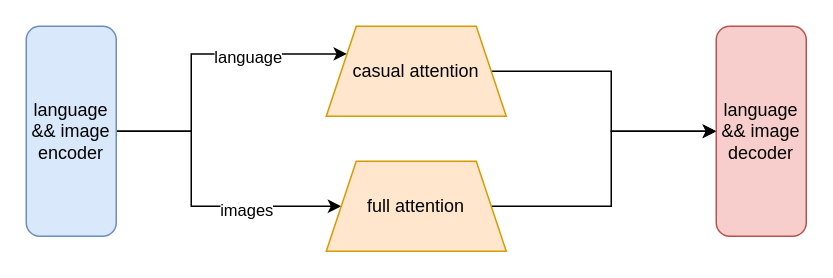
Above: sam4.drawio in lyc202001/keyan (draw.io), before the change. Source tidied: cells renumbered, new cells numbered last; positions are measured from the earlier drawing's top-left corner, leaving out a move shared by most shapes. Both pictures are drawn from the tidied source at 150%, with x=0, y=0 at pixel (26, 26).
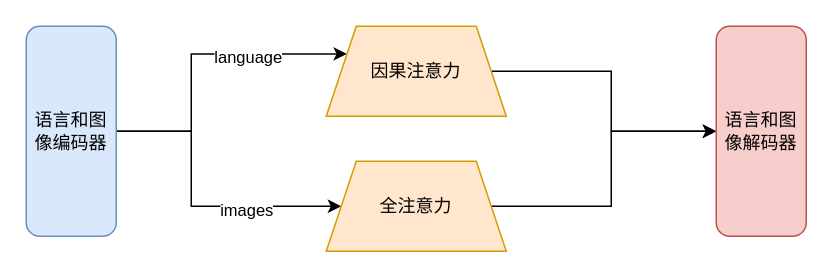
Above is the later version.

What changed in the source:
```diff
@@
 <mxGraphModel>
   <root>
     <mxCell id="0" />
     <mxCell id="1" parent="0" />
     <mxCell id="2" style="edgeStyle=orthogonalEdgeStyle;rounded=0;jettySize=auto;html=1;entryX=0;entryY=0.25;entryDx=0;entryDy=0;" parent="1" edge="1" source="6" target="8">
       <mxGeometry relative="1" as="geometry">
         <Array as="points">
           <mxPoint x="110" y="70" />
           <mxPoint x="110" y="19" />
         </Array>
       </mxGeometry>
     </mxCell>
     <mxCell id="3" value="language" style="edgeLabel;html=1;align=center;verticalAlign=middle;" parent="2" vertex="1">
       <mxGeometry x="0.36" y="-2" relative="1" as="geometry">
         <mxPoint x="-1" as="offset" />
       </mxGeometry>
     </mxCell>
     <mxCell id="4" style="edgeStyle=orthogonalEdgeStyle;rounded=0;jettySize=auto;html=1;" parent="1" edge="1" source="6" target="10">
       <mxGeometry relative="1" as="geometry">
         <Array as="points">
           <mxPoint x="110" y="70" />
           <mxPoint x="110" y="120" />
         </Array>
       </mxGeometry>
     </mxCell>
     <mxCell id="5" value="images" style="edgeLabel;html=1;align=center;verticalAlign=middle;" parent="4" vertex="1">
       <mxGeometry x="0.36" y="-1" relative="1" as="geometry">
         <mxPoint y="1" as="offset" />
       </mxGeometry>
     </mxCell>
-    <mxCell id="6" value="language &amp;amp;&amp;amp; image encoder" style="rounded=1;whiteSpace=wrap;html=1;fillColor=#dae8fc;strokeColor=#6c8ebf;" parent="1" vertex="1">
+    <mxCell id="6" value="语言和图像编码器" style="rounded=1;whiteSpace=wrap;html=1;fillColor=#dae8fc;strokeColor=#6c8ebf;" parent="1" vertex="1">
       <mxGeometry width="60" height="140" as="geometry" />
     </mxCell>
     <mxCell id="7" style="edgeStyle=orthogonalEdgeStyle;rounded=0;jettySize=auto;html=1;entryX=0;entryY=0.5;entryDx=0;entryDy=0;" parent="1" edge="1" source="8" target="11">
       <mxGeometry relative="1" as="geometry" />
     </mxCell>
-    <mxCell id="8" value="&lt;div style=&quot;text-align: left;&quot;&gt;casual attention&lt;/div&gt;" style="shape=trapezoid;perimeter=trapezoidPerimeter;whiteSpace=wrap;html=1;fixedSize=1;fillColor=#ffe6cc;strokeColor=#d79b00;" parent="1" vertex="1">
+    <mxCell id="8" value="&lt;div style=&quot;text-align: left;&quot;&gt;因果注意力&lt;/div&gt;" style="shape=trapezoid;perimeter=trapezoidPerimeter;whiteSpace=wrap;html=1;fixedSize=1;fillColor=#ffe6cc;strokeColor=#d79b00;" parent="1" vertex="1">
       <mxGeometry x="200" width="120" height="60" as="geometry" />
     </mxCell>
     <mxCell id="9" style="edgeStyle=orthogonalEdgeStyle;rounded=0;jettySize=auto;html=1;exitX=1;exitY=0.5;exitDx=0;exitDy=0;entryX=0;entryY=0.5;entryDx=0;entryDy=0;" parent="1" edge="1" source="10" target="11">
       <mxGeometry relative="1" as="geometry" />
     </mxCell>
-    <mxCell id="10" value="&lt;div style=&quot;text-align: left;&quot;&gt;full attention&lt;/div&gt;" style="shape=trapezoid;perimeter=trapezoidPerimeter;whiteSpace=wrap;html=1;fixedSize=1;fillColor=#ffe6cc;strokeColor=#d79b00;" parent="1" vertex="1">
+    <mxCell id="10" value="&lt;div style=&quot;text-align: left;&quot;&gt;全注意力&lt;/div&gt;" style="shape=trapezoid;perimeter=trapezoidPerimeter;whiteSpace=wrap;html=1;fixedSize=1;fillColor=#ffe6cc;strokeColor=#d79b00;" parent="1" vertex="1">
       <mxGeometry x="200" y="90" width="120" height="60" as="geometry" />
     </mxCell>
-    <mxCell id="11" value="language &amp;amp;&amp;amp; image decoder" style="rounded=1;whiteSpace=wrap;html=1;fillColor=#f8cecc;strokeColor=#b85450;" parent="1" vertex="1">
+    <mxCell id="11" value="语言和图像解码器" style="rounded=1;whiteSpace=wrap;html=1;fillColor=#f8cecc;strokeColor=#b85450;" parent="1" vertex="1">
       <mxGeometry x="460" width="60" height="140" as="geometry" />
     </mxCell>
   </root>
 </mxGraphModel>
```
